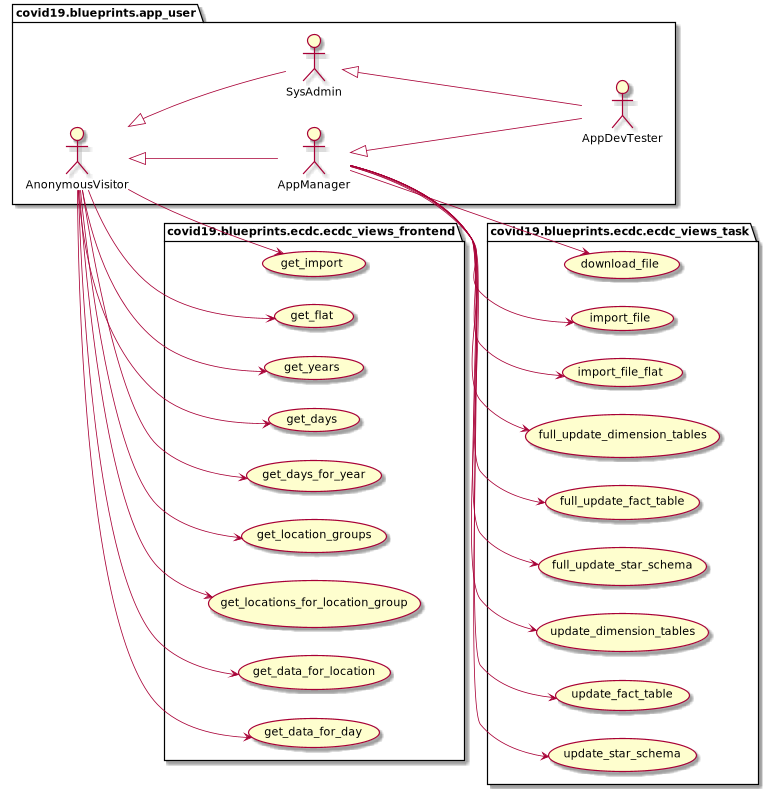
This is docs/uml/data_ecdc/ecdc_use_cases.png from thomaswoehlke/flask_covid19, a PlantUML export, as it was before one commit.
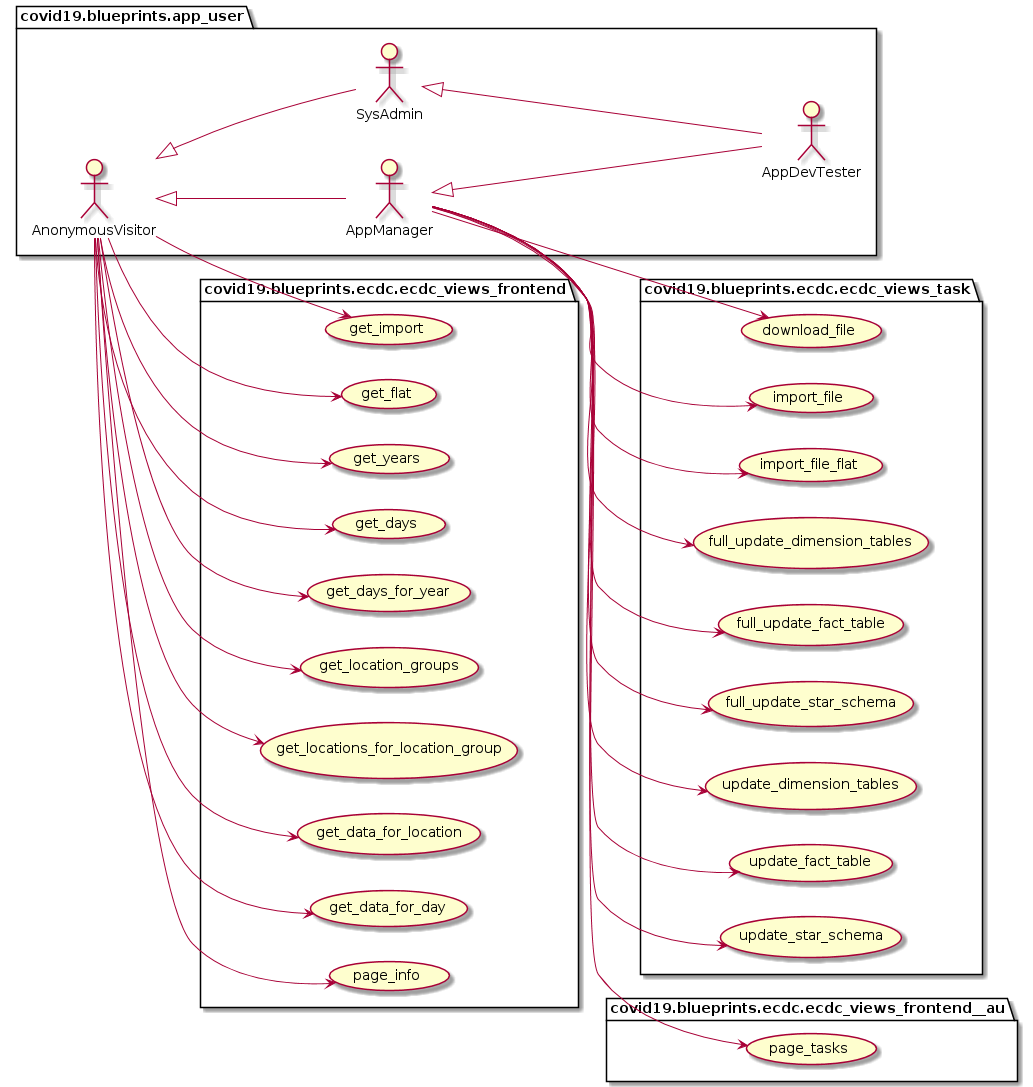
The same file after the commit.

Change to the diagram source:
```diff
@@ -1,17 +1,21 @@
 @startuml
+
+left to right direction
+
 package covid19.blueprints.app_user {
 	actor AnonymousVisitor as vu
 	actor AppManager as au
 	actor SysAdmin as su
 	actor AppDevTester as du
 }
+
 package covid19.blueprints.app_user {
 	vu <|-- au
 	vu <|-- su
 	su <|-- du
 	au <|-- du
 }
-left to right direction
+
 package covid19.blueprints.ecdc.ecdc_views_task {
 	usecase download_file as UC1
 	usecase import_file as UC2
@@ -23,6 +27,7 @@
 	usecase update_fact_table as UC21
 	usecase update_star_schema as UC22
 }
+
 au --> UC1
 au --> UC2
 au --> UC3
@@ -32,6 +37,7 @@
 au --> UC20
 au --> UC21
 au --> UC22
+
 package covid19.blueprints.ecdc.ecdc_views_frontend {
 	usecase get_import as UC30
 	usecase get_flat as UC31
@@ -42,7 +48,9 @@
 	usecase get_locations_for_location_group as UC44
 	usecase get_data_for_location as UC45
 	usecase get_data_for_day as UC46
+    usecase page_info as UC80
 }
+
 vu --> UC30
 vu --> UC31
 vu --> UC40
@@ -52,4 +60,12 @@
 vu --> UC44
 vu --> UC45
 vu --> UC46
+vu --> UC80
+
+package covid19.blueprints.ecdc.ecdc_views_frontend__au {
+    usecase page_tasks as UC81
+}
+
+au --> UC81
+
 @enduml
```
